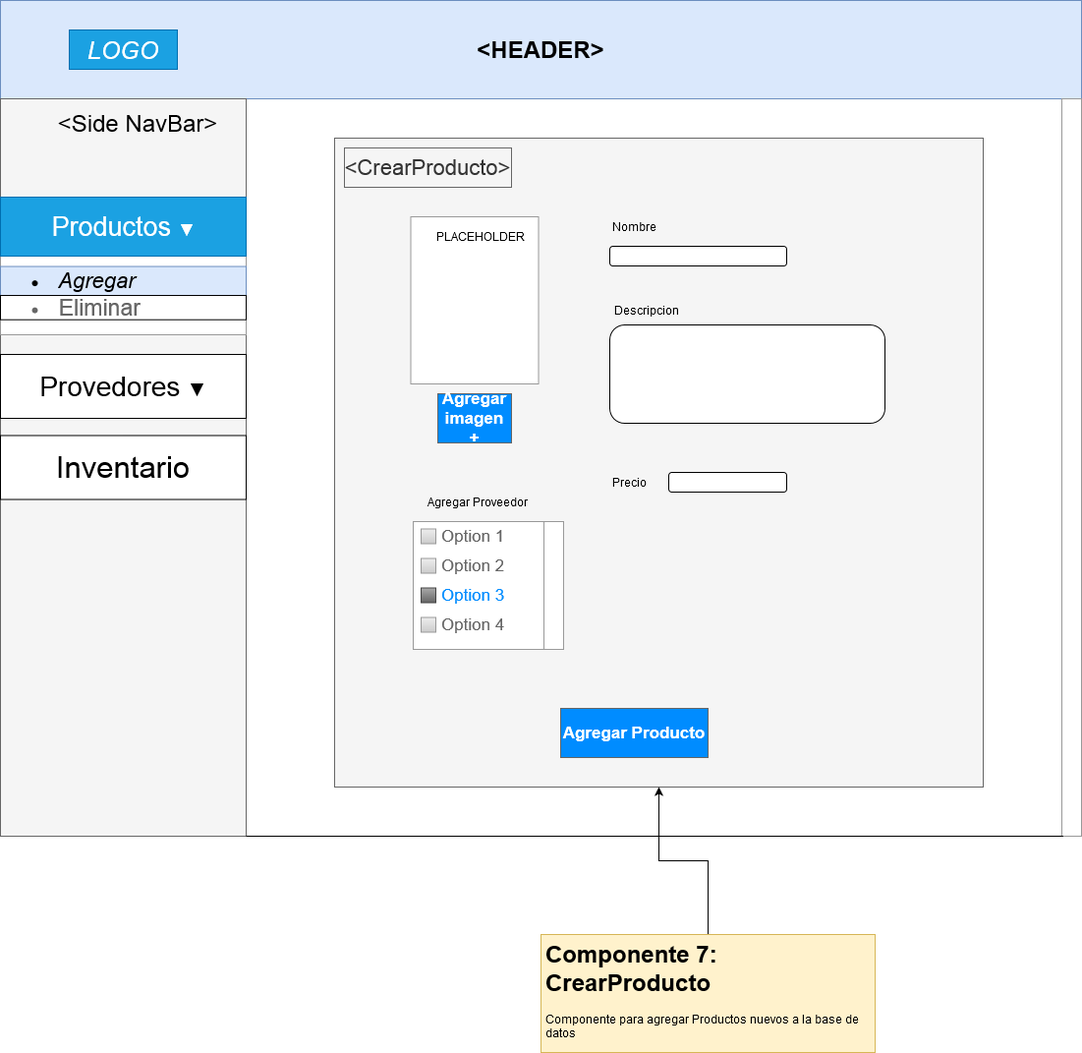
Before: CrearProducto component Diagram.png, a diagram exported from draw.io (EddyCeti/JarabeProject). Source tidied: cells renumbered, new cells last; positions are measured from the earlier drawing's top-left corner, leaving out a move shared by most shapes. Its diagram source:
```xml
<mxGraphModel>
  <root>
    <mxCell id="0" />
    <mxCell id="1" parent="0" />
    <mxCell id="2" value="&lt;h1&gt;&amp;lt;HEADER&amp;gt;&lt;br&gt;&lt;/h1&gt;" style="rounded=0;whiteSpace=wrap;html=1;fillColor=#dae8fc;strokeColor=#6c8ebf;" parent="1" vertex="1">
      <mxGeometry width="1100" height="100" as="geometry" />
    </mxCell>
    <mxCell id="3" style="rounded=0;whiteSpace=wrap;html=1;fillColor=#f5f5f5;strokeColor=#666666;fontColor=#333333;" parent="1" vertex="1">
      <mxGeometry y="100" width="250" height="750" as="geometry" />
    </mxCell>
    <mxCell id="4" value="&lt;font style=&quot;font-size: 24px&quot;&gt;&amp;lt;Side NavBar&amp;gt;&lt;/font&gt;" style="text;html=1;strokeColor=none;fillColor=none;align=center;verticalAlign=middle;whiteSpace=wrap;rounded=0;" parent="1" vertex="1">
      <mxGeometry x="50" y="110" width="180" height="30" as="geometry" />
    </mxCell>
    <mxCell id="5" value="&lt;i&gt;&lt;font style=&quot;font-size: 25px&quot;&gt;LOGO&lt;/font&gt;&lt;/i&gt;" style="text;html=1;strokeColor=#006EAF;fillColor=#1ba1e2;align=center;verticalAlign=middle;whiteSpace=wrap;rounded=0;fontColor=#ffffff;" parent="1" vertex="1">
      <mxGeometry x="70" y="30" width="110" height="40" as="geometry" />
    </mxCell>
    <mxCell id="6" style="strokeWidth=1;shadow=0;dashed=0;align=center;html=1;shape=mxgraph.mockup.forms.rrect;rSize=0;strokeColor=#999999;fillColor=#ffffff;" parent="1" vertex="1">
      <mxGeometry y="200" width="250" height="140" as="geometry" />
    </mxCell>
    <mxCell id="7" value="&lt;font style=&quot;font-size: 27px&quot;&gt;Productos &lt;/font&gt;▼" style="strokeWidth=1;shadow=0;dashed=0;align=center;html=1;shape=mxgraph.mockup.forms.rrect;rSize=0;strokeColor=#006EAF;fontSize=17;fillColor=#1ba1e2;fontColor=#ffffff;" parent="6" vertex="1">
      <mxGeometry width="250" height="60" relative="1" as="geometry" />
    </mxCell>
    <mxCell id="8" value="&lt;ul&gt;&lt;li&gt;&lt;span style=&quot;background-color: transparent&quot;&gt;&lt;i&gt;&lt;font style=&quot;font-size: 22px&quot;&gt;&amp;nbsp; Agregar&lt;br&gt;&lt;/font&gt;&lt;/i&gt;&lt;/span&gt;&lt;/li&gt;&lt;/ul&gt;" style="strokeWidth=1;shadow=0;dashed=0;align=center;html=1;shape=mxgraph.mockup.forms.anchor;fontSize=17;align=left;spacingLeft=5;strokeColor=#6c8ebf;fillColor=#dae8fc;" parent="6" vertex="1">
      <mxGeometry y="70.5" width="250" height="29.5" as="geometry" />
    </mxCell>
    <mxCell id="9" value="&lt;ul&gt;&lt;li&gt;&lt;font style=&quot;font-size: 23px&quot;&gt;&amp;nbsp; Eliminar&lt;/font&gt;&lt;/li&gt;&lt;/ul&gt;" style="strokeWidth=1;shadow=0;dashed=0;align=center;html=1;shape=mxgraph.mockup.forms.anchor;fontSize=17;fontColor=#666666;align=left;spacingLeft=5;" parent="6" vertex="1">
      <mxGeometry y="100" width="250" height="24.7" as="geometry" />
    </mxCell>
    <mxCell id="10" style="verticalLabelPosition=bottom;shadow=0;dashed=0;align=center;html=1;verticalAlign=top;strokeWidth=1;shape=mxgraph.mockup.navigation.scrollBar;strokeColor=#999999;barPos=20;fillColor2=#99ddff;strokeColor2=none;direction=north;" parent="1" vertex="1">
      <mxGeometry x="1080" y="100" width="20" height="750" as="geometry" />
    </mxCell>
    <mxCell id="11" value="&lt;font style=&quot;font-size: 28px&quot;&gt;Provedores &lt;/font&gt;&lt;font style=&quot;font-size: 19px&quot;&gt;▼&lt;/font&gt;" style="rounded=0;whiteSpace=wrap;html=1;" parent="1" vertex="1">
      <mxGeometry y="360" width="250" height="65" as="geometry" />
    </mxCell>
    <mxCell id="12" value="&lt;font style=&quot;font-size: 31px&quot;&gt;Inventario&lt;/font&gt;" style="rounded=0;whiteSpace=wrap;html=1;" parent="1" vertex="1">
      <mxGeometry y="442.5" width="250" height="65" as="geometry" />
    </mxCell>
    <mxCell id="13" style="endArrow=none;html=1;exitX=1;exitY=1;exitDx=0;exitDy=0;entryX=0;entryY=0.07;entryDx=0;entryDy=0;entryPerimeter=0;" parent="1" edge="1" source="3" target="10">
      <mxGeometry relative="1" as="geometry" />
    </mxCell>
    <mxCell id="14" style="whiteSpace=wrap;html=1;fillColor=#f5f5f5;strokeColor=#666666;fontColor=#333333;" parent="1" vertex="1">
      <mxGeometry x="340" y="140" width="660" height="660" as="geometry" />
    </mxCell>
    <mxCell id="15" style="verticalLabelPosition=bottom;shadow=0;dashed=0;align=center;html=1;verticalAlign=top;strokeWidth=1;shape=mxgraph.mockup.graphics.simpleIcon;strokeColor=#999999;fillColor=#FFFFFF;" parent="1" vertex="1">
      <mxGeometry x="417.5" y="220" width="130" height="170" as="geometry" />
    </mxCell>
    <mxCell id="16" value="&lt;font style=&quot;font-size: 22px&quot;&gt;&amp;lt;CrearProducto&amp;gt;&lt;/font&gt;" style="text;html=1;align=center;verticalAlign=middle;whiteSpace=wrap;rounded=0;fillColor=#f5f5f5;strokeColor=#666666;fontColor=#333333;" parent="1" vertex="1">
      <mxGeometry x="350" y="150" width="170" height="40" as="geometry" />
    </mxCell>
    <mxCell id="17" value="&lt;div&gt;Agregar imagen &lt;br&gt;&lt;/div&gt;&lt;div&gt;+&lt;br&gt;&lt;/div&gt;" style="strokeWidth=1;shadow=0;dashed=0;align=center;html=1;shape=mxgraph.mockup.buttons.button;strokeColor=#666666;fontColor=#ffffff;mainText=;buttonStyle=round;fontSize=17;fontStyle=1;fillColor=#008cff;whiteSpace=wrap;" parent="1" vertex="1">
      <mxGeometry x="445" y="400" width="75" height="50" as="geometry" />
    </mxCell>
    <mxCell id="18" value="Nombre" style="text;html=1;strokeColor=none;fillColor=none;align=center;verticalAlign=middle;whiteSpace=wrap;rounded=0;" parent="1" vertex="1">
      <mxGeometry x="610" y="220" width="70" height="20" as="geometry" />
    </mxCell>
    <mxCell id="19" value="&lt;div&gt;Descripcion&lt;/div&gt;&lt;div&gt;&lt;br&gt;&lt;/div&gt;" style="text;html=1;strokeColor=none;fillColor=none;align=center;verticalAlign=middle;whiteSpace=wrap;rounded=0;" parent="1" vertex="1">
      <mxGeometry x="610" y="305" width="95" height="35" as="geometry" />
    </mxCell>
    <mxCell id="20" style="rounded=1;whiteSpace=wrap;html=1;fillColor=#FFFFFF;" parent="1" vertex="1">
      <mxGeometry x="620" y="250" width="180" height="20" as="geometry" />
    </mxCell>
    <mxCell id="21" style="rounded=1;whiteSpace=wrap;html=1;fillColor=#FFFFFF;" parent="1" vertex="1">
      <mxGeometry x="620" y="330" width="280" height="100" as="geometry" />
    </mxCell>
    <mxCell id="22" value="Precio" style="text;html=1;strokeColor=none;fillColor=none;align=center;verticalAlign=middle;whiteSpace=wrap;rounded=0;" parent="1" vertex="1">
      <mxGeometry x="620" y="480" width="40" height="20" as="geometry" />
    </mxCell>
    <mxCell id="23" style="rounded=1;whiteSpace=wrap;html=1;fillColor=#FFFFFF;" parent="1" vertex="1">
      <mxGeometry x="680" y="480" width="120" height="20" as="geometry" />
    </mxCell>
    <mxCell id="24" value="PLACEHOLDER" style="text;html=1;strokeColor=none;fillColor=none;align=center;verticalAlign=middle;whiteSpace=wrap;rounded=0;" parent="1" vertex="1">
      <mxGeometry x="457" y="230" width="63" height="20" as="geometry" />
    </mxCell>
    <mxCell id="25" value="Agregar Producto" style="strokeWidth=1;shadow=0;dashed=0;align=center;html=1;shape=mxgraph.mockup.buttons.button;strokeColor=#666666;fontColor=#ffffff;mainText=;buttonStyle=round;fontSize=17;fontStyle=1;fillColor=#008cff;whiteSpace=wrap;" parent="1" vertex="1">
      <mxGeometry x="570" y="720" width="150" height="50" as="geometry" />
    </mxCell>
    <mxCell id="26" value="Agregar Proveedor" style="text;html=1;strokeColor=none;fillColor=none;align=center;verticalAlign=middle;whiteSpace=wrap;rounded=0;" parent="1" vertex="1">
      <mxGeometry x="417.5" y="500" width="135" height="20" as="geometry" />
    </mxCell>
    <mxCell id="27" style="strokeWidth=1;shadow=0;dashed=0;align=center;html=1;shape=mxgraph.mockup.forms.rrect;rSize=0;strokeColor=#999999;fillColor=#ffffff;" parent="1" vertex="1">
      <mxGeometry x="420" y="530" width="153" height="130" as="geometry" />
    </mxCell>
    <mxCell id="28" value="Option 1" style="strokeWidth=1;shadow=0;dashed=0;align=center;html=1;shape=mxgraph.mockup.forms.rrect;rSize=0;fillColor=#eeeeee;strokeColor=#999999;gradientColor=#cccccc;align=left;spacingLeft=4;fontSize=17;fontColor=#666666;labelPosition=right;" parent="27" vertex="1">
      <mxGeometry x="8" y="7.5" width="15" height="15" as="geometry" />
    </mxCell>
    <mxCell id="29" value="Option 2" style="strokeWidth=1;shadow=0;dashed=0;align=center;html=1;shape=mxgraph.mockup.forms.rrect;rSize=0;fillColor=#eeeeee;strokeColor=#999999;gradientColor=#cccccc;align=left;spacingLeft=4;fontSize=17;fontColor=#666666;labelPosition=right;" parent="27" vertex="1">
      <mxGeometry x="8" y="37.5" width="15" height="15" as="geometry" />
    </mxCell>
    <mxCell id="30" value="Option 3" style="strokeWidth=1;shadow=0;dashed=0;align=center;html=1;shape=mxgraph.mockup.forms.checkbox;rSize=0;fillColor=#aaaaaa;strokeColor=#444444;gradientColor=#666666;align=left;spacingLeft=4;fontSize=17;fontColor=#008cff;labelPosition=right;" parent="27" vertex="1">
      <mxGeometry x="8" y="67.5" width="15" height="15" as="geometry" />
    </mxCell>
    <mxCell id="31" value="Option 4" style="strokeWidth=1;shadow=0;dashed=0;align=center;html=1;shape=mxgraph.mockup.forms.rrect;rSize=0;fillColor=#eeeeee;strokeColor=#999999;gradientColor=#cccccc;align=left;spacingLeft=4;fontSize=17;fontColor=#666666;labelPosition=right;" parent="27" vertex="1">
      <mxGeometry x="8" y="97.5" width="15" height="15" as="geometry" />
    </mxCell>
    <mxCell id="32" style="verticalLabelPosition=bottom;shadow=0;dashed=0;align=center;html=1;verticalAlign=top;strokeWidth=1;shape=mxgraph.mockup.navigation.scrollBar;strokeColor=#999999;barPos=20;fillColor2=#99ddff;strokeColor2=none;direction=north;fillColor=#FFFFFF;" parent="27" vertex="1">
      <mxGeometry x="133" width="20" height="130" as="geometry" />
    </mxCell>
    <mxCell id="33" style="edgeStyle=orthogonalEdgeStyle;rounded=0;jettySize=auto;html=1;" parent="1" edge="1" source="34" target="14">
      <mxGeometry relative="1" as="geometry" />
    </mxCell>
    <mxCell id="34" value="&lt;h1&gt;Componente 7: CrearProducto&lt;br&gt;&lt;/h1&gt;&lt;p&gt;Componente para agregar Productos nuevos a la base de datos&lt;br&gt;&lt;/p&gt;" style="text;html=1;strokeColor=#d6b656;fillColor=#fff2cc;spacing=5;spacingTop=-20;whiteSpace=wrap;overflow=hidden;rounded=0;" parent="1" vertex="1">
      <mxGeometry x="550" y="950" width="340" height="120" as="geometry" />
    </mxCell>
  </root>
</mxGraphModel>
```
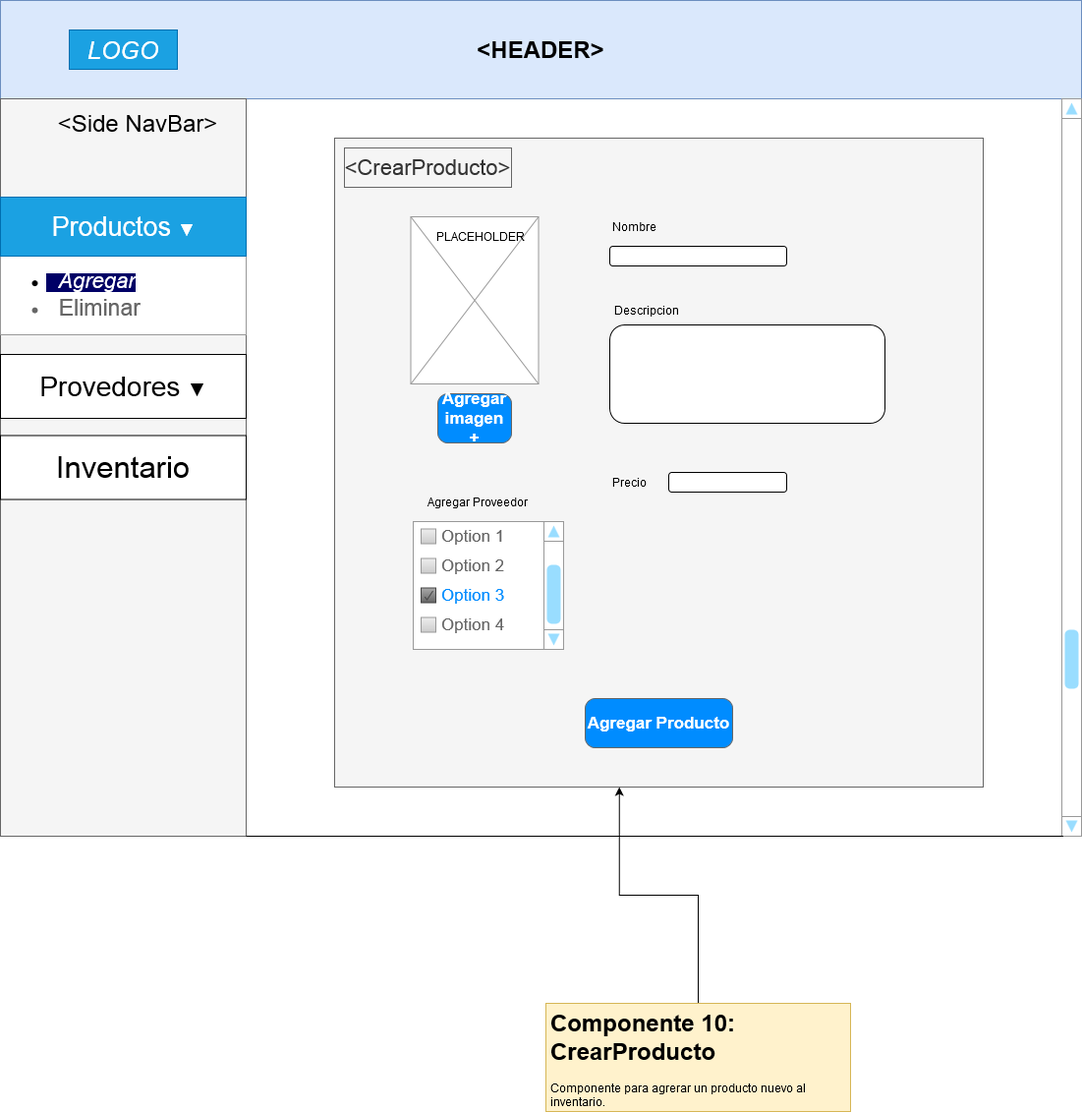
Later version of the same file.

Change to the diagram source:
```diff
@@ -20,7 +20,7 @@
     <mxCell id="7" value="&lt;font style=&quot;font-size: 27px&quot;&gt;Productos &lt;/font&gt;▼" style="strokeWidth=1;shadow=0;dashed=0;align=center;html=1;shape=mxgraph.mockup.forms.rrect;rSize=0;strokeColor=#006EAF;fontSize=17;fillColor=#1ba1e2;fontColor=#ffffff;" parent="6" vertex="1">
       <mxGeometry width="250" height="60" relative="1" as="geometry" />
     </mxCell>
-    <mxCell id="8" value="&lt;ul&gt;&lt;li&gt;&lt;span style=&quot;background-color: transparent&quot;&gt;&lt;i&gt;&lt;font style=&quot;font-size: 22px&quot;&gt;&amp;nbsp; Agregar&lt;br&gt;&lt;/font&gt;&lt;/i&gt;&lt;/span&gt;&lt;/li&gt;&lt;/ul&gt;" style="strokeWidth=1;shadow=0;dashed=0;align=center;html=1;shape=mxgraph.mockup.forms.anchor;fontSize=17;align=left;spacingLeft=5;strokeColor=#6c8ebf;fillColor=#dae8fc;" parent="6" vertex="1">
+    <mxCell id="8" value="&lt;ul&gt;&lt;li&gt;&lt;span style=&quot;background-color: rgb(0 , 0 , 102)&quot;&gt;&lt;font color=&quot;#FFFFFF&quot;&gt;&lt;i&gt;&lt;font style=&quot;font-size: 22px&quot;&gt;&amp;nbsp; Agregar&lt;br&gt;&lt;/font&gt;&lt;/i&gt;&lt;/font&gt;&lt;/span&gt;&lt;/li&gt;&lt;/ul&gt;" style="strokeWidth=1;shadow=0;dashed=0;align=center;html=1;shape=mxgraph.mockup.forms.anchor;fontSize=17;align=left;spacingLeft=5;strokeColor=#6c8ebf;fillColor=#dae8fc;" parent="6" vertex="1">
       <mxGeometry y="70.5" width="250" height="29.5" as="geometry" />
     </mxCell>
     <mxCell id="9" value="&lt;ul&gt;&lt;li&gt;&lt;font style=&quot;font-size: 23px&quot;&gt;&amp;nbsp; Eliminar&lt;/font&gt;&lt;/li&gt;&lt;/ul&gt;" style="strokeWidth=1;shadow=0;dashed=0;align=center;html=1;shape=mxgraph.mockup.forms.anchor;fontSize=17;fontColor=#666666;align=left;spacingLeft=5;" parent="6" vertex="1">
@@ -72,7 +72,7 @@
       <mxGeometry x="457" y="230" width="63" height="20" as="geometry" />
     </mxCell>
     <mxCell id="25" value="Agregar Producto" style="strokeWidth=1;shadow=0;dashed=0;align=center;html=1;shape=mxgraph.mockup.buttons.button;strokeColor=#666666;fontColor=#ffffff;mainText=;buttonStyle=round;fontSize=17;fontStyle=1;fillColor=#008cff;whiteSpace=wrap;" parent="1" vertex="1">
-      <mxGeometry x="570" y="720" width="150" height="50" as="geometry" />
+      <mxGeometry x="595" y="710" width="150" height="50" as="geometry" />
     </mxCell>
     <mxCell id="26" value="Agregar Proveedor" style="text;html=1;strokeColor=none;fillColor=none;align=center;verticalAlign=middle;whiteSpace=wrap;rounded=0;" parent="1" vertex="1">
       <mxGeometry x="417.5" y="500" width="135" height="20" as="geometry" />
@@ -95,11 +95,11 @@
     <mxCell id="32" style="verticalLabelPosition=bottom;shadow=0;dashed=0;align=center;html=1;verticalAlign=top;strokeWidth=1;shape=mxgraph.mockup.navigation.scrollBar;strokeColor=#999999;barPos=20;fillColor2=#99ddff;strokeColor2=none;direction=north;fillColor=#FFFFFF;" parent="27" vertex="1">
       <mxGeometry x="133" width="20" height="130" as="geometry" />
     </mxCell>
-    <mxCell id="33" style="edgeStyle=orthogonalEdgeStyle;rounded=0;jettySize=auto;html=1;" parent="1" edge="1" source="34" target="14">
-      <mxGeometry relative="1" as="geometry" />
-    </mxCell>
-    <mxCell id="34" value="&lt;h1&gt;Componente 7: CrearProducto&lt;br&gt;&lt;/h1&gt;&lt;p&gt;Componente para agregar Productos nuevos a la base de datos&lt;br&gt;&lt;/p&gt;" style="text;html=1;strokeColor=#d6b656;fillColor=#fff2cc;spacing=5;spacingTop=-20;whiteSpace=wrap;overflow=hidden;rounded=0;" parent="1" vertex="1">
-      <mxGeometry x="550" y="950" width="340" height="120" as="geometry" />
-    </mxCell>
+    <mxCell id="35" style="edgeStyle=orthogonalEdgeStyle;rounded=0;jettySize=auto;html=1;entryX=0.439;entryY=1;entryDx=0;entryDy=0;entryPerimeter=0;" parent="1" edge="1" source="36" target="14">
+      <mxGeometry relative="1" as="geometry" />
+    </mxCell>
+    <mxCell id="36" value="&lt;h1&gt;Componente 10: CrearProducto&lt;br&gt;&lt;/h1&gt;&lt;p&gt;Componente para agrerar un producto nuevo al inventario.&lt;br&gt;&lt;/p&gt;" style="text;html=1;strokeColor=#d6b656;fillColor=#fff2cc;spacing=5;spacingTop=-20;whiteSpace=wrap;overflow=hidden;rounded=0;" parent="1" vertex="1">
+      <mxGeometry x="555" y="1020" width="310" height="110" as="geometry" />
+    </mxCell>
   </root>
 </mxGraphModel>
```
